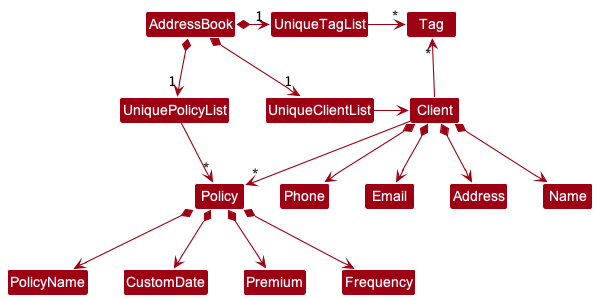
The PlantUML diagram docs/images/BetterModelClassDiagram.png in nus-cs2103-AY2223S2/tp, before a commit.
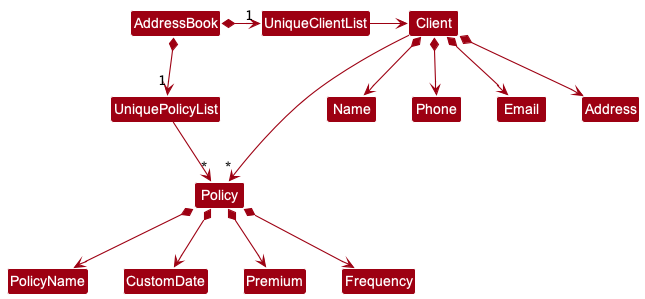
The same diagram one commit later.

Change to the diagram source:
```diff
@@ -5,17 +5,11 @@
 skinparam classBackgroundColor MODEL_COLOR
 
 AddressBook *-right-> "1" UniqueClientList
-AddressBook *-right-> "1" UniqueTagList
 AddressBook *--> "1" UniquePolicyList
 
-UniqueTagList -[hidden]down- UniqueClientList
-UniqueTagList -[hidden]down- UniqueClientList
-
-UniqueTagList -right-> "*" Tag
 
 UniqueClientList -right-> Client
 
-Client -up-> "*" Tag
 Client --> "*" Policy
 
 Client *--> Name
```
